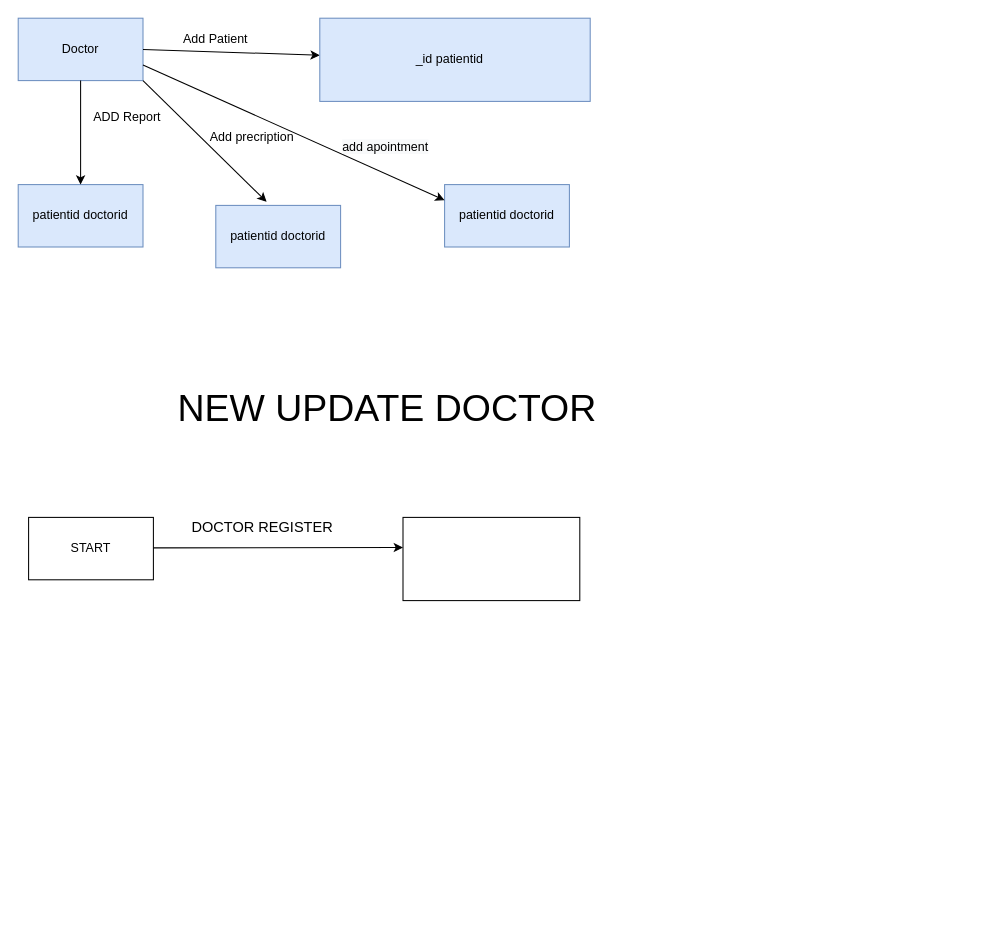
The draw.io diagram doccheck1Untitled Diagram.drawio in Tarunagg1/draw, before the edit. Source tidied: cells renumbered, new cells numbered last; positions are measured from the earlier drawing's top-left corner, leaving out a move shared by most shapes. Both pictures are drawn from the tidied source at 104%, with x=0, y=0 at pixel (18, 18).
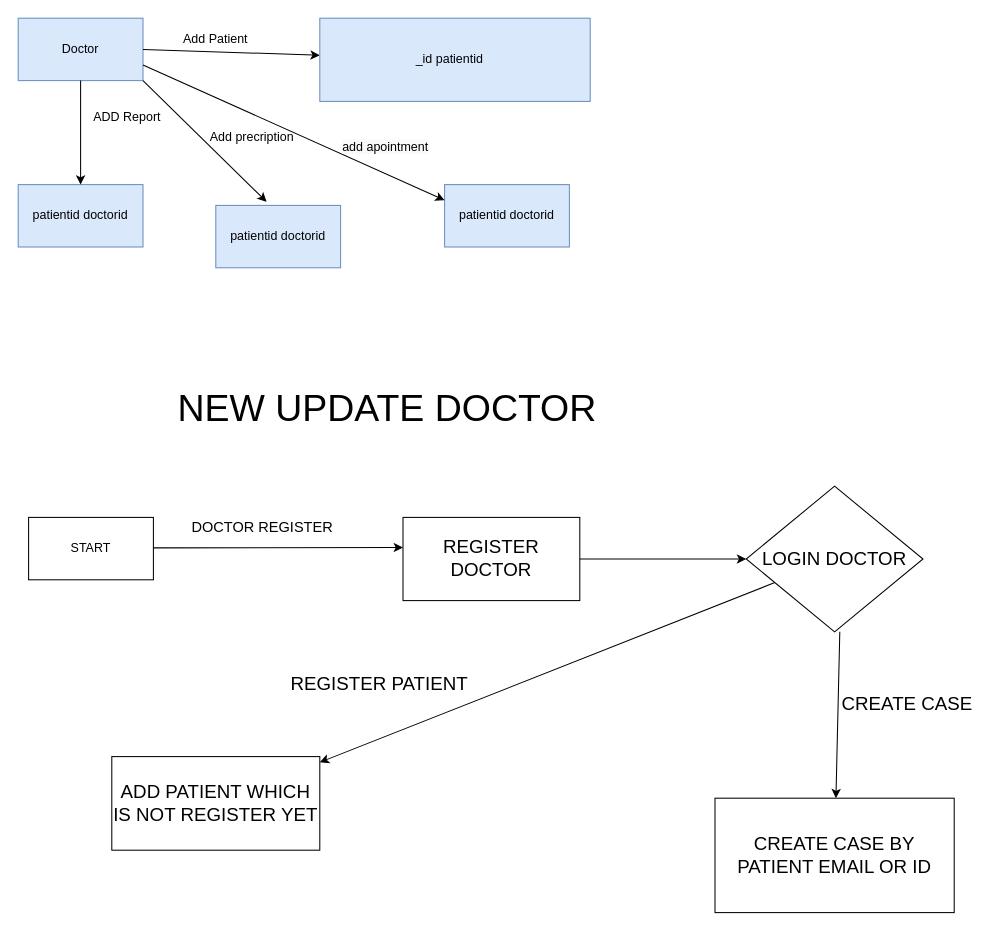
After the change.

What changed in the source:
```diff
@@
-    <mxCell id="19" style="rounded=0;whiteSpace=wrap;html=1;" parent="1" vertex="1">
+    <mxCell id="19" value="&lt;span style=&quot;font-size: 18px&quot;&gt;REGISTER DOCTOR&lt;/span&gt;" style="rounded=0;whiteSpace=wrap;html=1;" parent="1" vertex="1">
       <mxGeometry x="370" y="480" width="170" height="80" as="geometry" />
     </mxCell>
@@
+    <mxCell id="21" style="endArrow=classic;html=1;exitX=1;exitY=0.5;exitDx=0;exitDy=0;entryX=0;entryY=0.5;entryDx=0;entryDy=0;" parent="1" edge="1" source="19">
+      <mxGeometry relative="1" as="geometry">
+        <mxPoint x="700" y="520" as="targetPoint" />
+      </mxGeometry>
+    </mxCell>
+    <mxCell id="22" value="&lt;span style=&quot;font-size: 18px&quot;&gt;LOGIN DOCTOR&lt;/span&gt;" style="rhombus;whiteSpace=wrap;html=1;" parent="1" vertex="1">
+      <mxGeometry x="700" y="450" width="170" height="140" as="geometry" />
+    </mxCell>
+    <mxCell id="23" style="endArrow=classic;html=1;" parent="1" edge="1" source="22" target="24">
+      <mxGeometry relative="1" as="geometry" />
+    </mxCell>
+    <mxCell id="24" value="&lt;font style=&quot;font-size: 18px&quot;&gt;ADD PATIENT WHICH IS NOT REGISTER YET&lt;/font&gt;" style="rounded=0;whiteSpace=wrap;html=1;" parent="1" vertex="1">
+      <mxGeometry x="90" y="710" width="200" height="90" as="geometry" />
+    </mxCell>
+    <mxCell id="25" value="&lt;font style=&quot;font-size: 18px&quot;&gt;&lt;font&gt;REGISTER PATIENT&amp;nbsp;&lt;/font&gt;&lt;/font&gt;" style="text;html=1;strokeColor=none;fillColor=none;align=center;verticalAlign=middle;whiteSpace=wrap;rounded=0;" parent="1" vertex="1">
+      <mxGeometry x="230" y="620" width="240" height="40" as="geometry" />
+    </mxCell>
+    <mxCell id="26" style="endArrow=classic;html=1;" parent="1" edge="1" target="27">
+      <mxGeometry relative="1" as="geometry">
+        <mxPoint x="790" y="590" as="sourcePoint" />
+      </mxGeometry>
+    </mxCell>
+    <mxCell id="27" value="&lt;font style=&quot;font-size: 18px&quot;&gt;CREATE CASE BY PATIENT EMAIL OR ID&lt;/font&gt;" style="rounded=0;whiteSpace=wrap;html=1;" parent="1" vertex="1">
+      <mxGeometry x="670" y="750" width="230" height="110" as="geometry" />
+    </mxCell>
+    <mxCell id="28" value="&lt;font style=&quot;font-size: 18px&quot;&gt;CREATE CASE&lt;/font&gt;" style="text;html=1;strokeColor=none;fillColor=none;align=center;verticalAlign=middle;whiteSpace=wrap;rounded=0;" parent="1" vertex="1">
+      <mxGeometry x="780" y="630" width="150" height="60" as="geometry" />
+    </mxCell>
```
